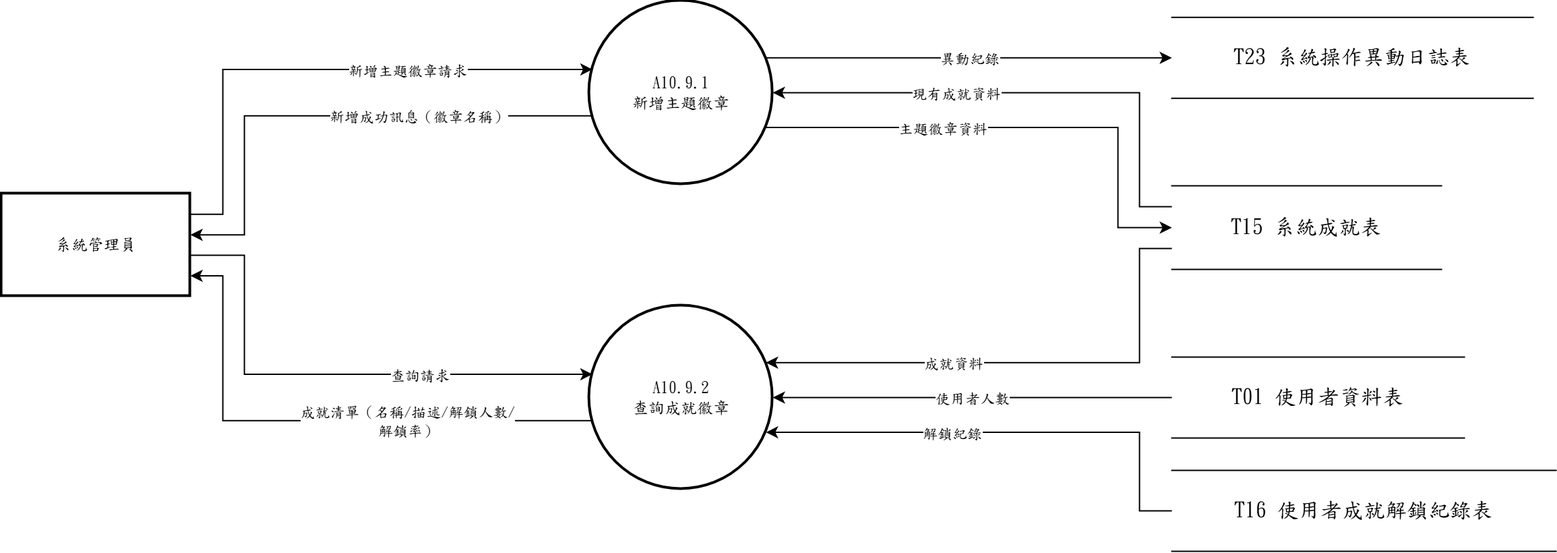
Above: 系統文件/第6章/DFD圖/圖10/新/圖10.9.drawio.png in s22452007/115502 (draw.io), before the change. Source tidied: cells renumbered, new cells last; positions are measured from the earlier drawing's top-left corner, leaving out a move shared by most shapes. The source it was exported from:
```xml
<mxGraphModel>
  <root>
    <mxCell id="0" />
    <mxCell id="1" parent="0" />
    <mxCell id="2" value="A10.9.1&lt;br&gt;新增主題徽章" style="ellipse;strokeWidth=2;whiteSpace=wrap;html=1;fontFamily=標楷體;" parent="1" vertex="1">
      <mxGeometry x="436" width="136" height="136" as="geometry" />
    </mxCell>
    <mxCell id="3" value="A10.9.2&lt;br&gt;查詢成就徽章" style="ellipse;strokeWidth=2;whiteSpace=wrap;html=1;fontFamily=標楷體;" parent="1" vertex="1">
      <mxGeometry x="436" y="226" width="136" height="136" as="geometry" />
    </mxCell>
    <mxCell id="4" value="系統管理員" style="whiteSpace=wrap;strokeWidth=2;html=1;fontFamily=標楷體;" parent="1" vertex="1">
      <mxGeometry y="143" width="140" height="76" as="geometry" />
    </mxCell>
    <mxCell id="5" value="&lt;span lang=&quot;EN-US&quot; style=&quot;font-size: 12pt;&quot;&gt;T23&amp;nbsp;&lt;/span&gt;&lt;span style=&quot;font-size: 12pt;&quot;&gt;系統操作異動日誌表&lt;/span&gt;" style="shape=partialRectangle;whiteSpace=wrap;html=1;left=0;right=0;fontFamily=標楷體;fontSize=16;" parent="1" vertex="1">
      <mxGeometry x="868" y="12.2" width="268" height="60" as="geometry" />
    </mxCell>
    <mxCell id="6" value="&lt;span lang=&quot;EN-US&quot; style=&quot;font-size: 12pt;&quot;&gt;T15&amp;nbsp;&lt;/span&gt;&lt;span style=&quot;font-size: 12pt;&quot;&gt;系統成就表&lt;/span&gt;" style="shape=partialRectangle;whiteSpace=wrap;html=1;left=0;right=0;fontFamily=標楷體;fontSize=16;" parent="1" vertex="1">
      <mxGeometry x="868" y="137.1" width="200" height="62" as="geometry" />
    </mxCell>
    <mxCell id="7" value="&lt;span lang=&quot;EN-US&quot; style=&quot;font-size: 12pt;&quot;&gt;T01&amp;nbsp;&lt;/span&gt;&lt;span style=&quot;font-size: 12pt;&quot;&gt;使用者資料表&lt;/span&gt;" style="shape=partialRectangle;whiteSpace=wrap;html=1;left=0;right=0;fontFamily=標楷體;fontSize=16;" parent="1" vertex="1">
      <mxGeometry x="868" y="264" width="217" height="60" as="geometry" />
    </mxCell>
    <mxCell id="8" value="&lt;span lang=&quot;EN-US&quot; style=&quot;font-size: 12pt;&quot;&gt;T16&amp;nbsp;&lt;/span&gt;&lt;span style=&quot;font-size: 12pt;&quot;&gt;使用者成就解鎖紀錄表&lt;/span&gt;" style="shape=partialRectangle;whiteSpace=wrap;html=1;left=0;right=0;fontFamily=標楷體;fontSize=16;" parent="1" vertex="1">
      <mxGeometry x="868" y="348" width="285" height="60" as="geometry" />
    </mxCell>
    <mxCell id="9" style="edgeStyle=none;rounded=0;html=1;fontFamily=標楷體;endArrow=classic;exitX=1.0000;exitY=0.2000;exitDx=0;exitDy=0;exitPerimeter=0;entryX=0.0163;entryY=0.3733;entryDx=0;entryDy=0;entryPerimeter=0;" parent="1" edge="1" source="4" target="2">
      <mxGeometry relative="1" as="geometry">
        <Array as="points">
          <mxPoint x="164" y="158.2" />
          <mxPoint x="164" y="50.8" />
        </Array>
      </mxGeometry>
    </mxCell>
    <mxCell id="10" value="新增主題徽章請求" style="edgeLabel;html=1;align=center;verticalAlign=middle;fontFamily=標楷體;" parent="9" vertex="1">
      <mxGeometry x="0.32" relative="1" as="geometry" />
    </mxCell>
    <mxCell id="11" style="edgeStyle=none;rounded=0;html=1;fontFamily=標楷體;endArrow=classic;exitX=0.0000;exitY=0.2500;exitDx=0;exitDy=0;exitPerimeter=0;entryX=1.0000;entryY=0.5000;entryDx=0;entryDy=0;entryPerimeter=0;" parent="1" edge="1" source="6" target="2">
      <mxGeometry relative="1" as="geometry">
        <Array as="points">
          <mxPoint x="844" y="152.6" />
          <mxPoint x="844" y="68" />
        </Array>
      </mxGeometry>
    </mxCell>
    <mxCell id="12" value="現有成就資料" style="edgeLabel;html=1;align=center;verticalAlign=middle;fontFamily=標楷體;" parent="11" vertex="1">
      <mxGeometry x="0.28" relative="1" as="geometry" />
    </mxCell>
    <mxCell id="13" style="edgeStyle=none;rounded=0;html=1;fontFamily=標楷體;endArrow=classic;exitX=0.0163;exitY=0.6267;exitDx=0;exitDy=0;exitPerimeter=0;entryX=1.0000;entryY=0.4000;entryDx=0;entryDy=0;entryPerimeter=0;" parent="1" edge="1" source="2" target="4">
      <mxGeometry relative="1" as="geometry">
        <Array as="points">
          <mxPoint x="180" y="85.2" />
          <mxPoint x="180" y="173.4" />
        </Array>
      </mxGeometry>
    </mxCell>
    <mxCell id="14" value="新增成功訊息（徽章名稱）" style="edgeLabel;html=1;align=center;verticalAlign=middle;fontFamily=標楷體;" parent="13" vertex="1">
      <mxGeometry x="-0.33" relative="1" as="geometry" />
    </mxCell>
    <mxCell id="15" style="edgeStyle=none;rounded=0;html=1;fontFamily=標楷體;endArrow=classic;exitX=0.9625;exitY=0.6900;exitDx=0;exitDy=0;exitPerimeter=0;entryX=0.0000;entryY=0.5000;entryDx=0;entryDy=0;entryPerimeter=0;" parent="1" edge="1" source="2" target="6">
      <mxGeometry relative="1" as="geometry">
        <Array as="points">
          <mxPoint x="828" y="93.8" />
          <mxPoint x="828" y="168.1" />
        </Array>
      </mxGeometry>
    </mxCell>
    <mxCell id="16" value="主題徽章資料" style="edgeLabel;html=1;align=center;verticalAlign=middle;fontFamily=標楷體;" parent="15" vertex="1">
      <mxGeometry x="-0.3" relative="1" as="geometry" />
    </mxCell>
    <mxCell id="17" style="edgeStyle=none;rounded=0;html=1;fontFamily=標楷體;endArrow=classic;exitX=0.9625;exitY=0.3100;exitDx=0;exitDy=0;exitPerimeter=0;entryX=0.0000;entryY=0.5000;entryDx=0;entryDy=0;entryPerimeter=0;" parent="1" edge="1" source="2" target="5">
      <mxGeometry relative="1" as="geometry" />
    </mxCell>
    <mxCell id="18" value="異動紀錄" style="edgeLabel;html=1;align=center;verticalAlign=middle;fontFamily=標楷體;" parent="17" vertex="1">
      <mxGeometry relative="1" as="geometry" />
    </mxCell>
    <mxCell id="19" style="edgeStyle=none;rounded=0;html=1;fontFamily=標楷體;endArrow=classic;exitX=1.0000;exitY=0.6000;exitDx=0;exitDy=0;exitPerimeter=0;entryX=0.0163;entryY=0.3733;entryDx=0;entryDy=0;entryPerimeter=0;" parent="1" edge="1" source="4" target="3">
      <mxGeometry relative="1" as="geometry">
        <Array as="points">
          <mxPoint x="180" y="188.6" />
          <mxPoint x="180" y="276.8" />
        </Array>
      </mxGeometry>
    </mxCell>
    <mxCell id="20" value="查詢請求" style="edgeLabel;html=1;align=center;verticalAlign=middle;fontFamily=標楷體;" parent="19" vertex="1">
      <mxGeometry x="0.33" relative="1" as="geometry" />
    </mxCell>
    <mxCell id="21" style="edgeStyle=none;rounded=0;html=1;fontFamily=標楷體;endArrow=classic;exitX=0.0000;exitY=0.7500;exitDx=0;exitDy=0;exitPerimeter=0;entryX=0.9625;entryY=0.3100;entryDx=0;entryDy=0;entryPerimeter=0;" parent="1" edge="1" source="6" target="3">
      <mxGeometry relative="1" as="geometry">
        <Array as="points">
          <mxPoint x="844" y="183.6" />
          <mxPoint x="844" y="268.2" />
        </Array>
      </mxGeometry>
    </mxCell>
    <mxCell id="22" value="成就資料" style="edgeLabel;html=1;align=center;verticalAlign=middle;fontFamily=標楷體;" parent="21" vertex="1">
      <mxGeometry x="0.28" relative="1" as="geometry" />
    </mxCell>
    <mxCell id="23" style="edgeStyle=none;rounded=0;html=1;fontFamily=標楷體;endArrow=classic;exitX=0.0000;exitY=0.5000;exitDx=0;exitDy=0;exitPerimeter=0;entryX=0.9625;entryY=0.6900;entryDx=0;entryDy=0;entryPerimeter=0;" parent="1" edge="1" source="8" target="3">
      <mxGeometry relative="1" as="geometry">
        <Array as="points">
          <mxPoint x="844" y="378" />
          <mxPoint x="844" y="319.8" />
        </Array>
      </mxGeometry>
    </mxCell>
    <mxCell id="24" value="解鎖紀錄" style="edgeLabel;html=1;align=center;verticalAlign=middle;fontFamily=標楷體;" parent="23" vertex="1">
      <mxGeometry x="0.23" relative="1" as="geometry" />
    </mxCell>
    <mxCell id="25" style="edgeStyle=none;rounded=0;html=1;fontFamily=標楷體;endArrow=classic;exitX=0.0000;exitY=0.5000;exitDx=0;exitDy=0;exitPerimeter=0;entryX=1.0000;entryY=0.5000;entryDx=0;entryDy=0;entryPerimeter=0;" parent="1" edge="1" source="7" target="3">
      <mxGeometry relative="1" as="geometry" />
    </mxCell>
    <mxCell id="26" value="使用者人數" style="edgeLabel;html=1;align=center;verticalAlign=middle;fontFamily=標楷體;" parent="25" vertex="1">
      <mxGeometry relative="1" as="geometry" />
    </mxCell>
    <mxCell id="27" style="edgeStyle=none;rounded=0;html=1;fontFamily=標楷體;endArrow=classic;exitX=0.0163;exitY=0.6267;exitDx=0;exitDy=0;exitPerimeter=0;entryX=1.0000;entryY=0.8000;entryDx=0;entryDy=0;entryPerimeter=0;" parent="1" edge="1" source="3" target="4">
      <mxGeometry relative="1" as="geometry">
        <Array as="points">
          <mxPoint x="164" y="311.2" />
          <mxPoint x="164" y="203.8" />
        </Array>
      </mxGeometry>
    </mxCell>
    <mxCell id="28" value="成就清單（名稱/描述/解鎖人數/&lt;br&gt;解鎖率）" style="edgeLabel;html=1;align=center;verticalAlign=middle;fontFamily=標楷體;" parent="27" vertex="1">
      <mxGeometry x="-0.32" relative="1" as="geometry" />
    </mxCell>
  </root>
</mxGraphModel>
```
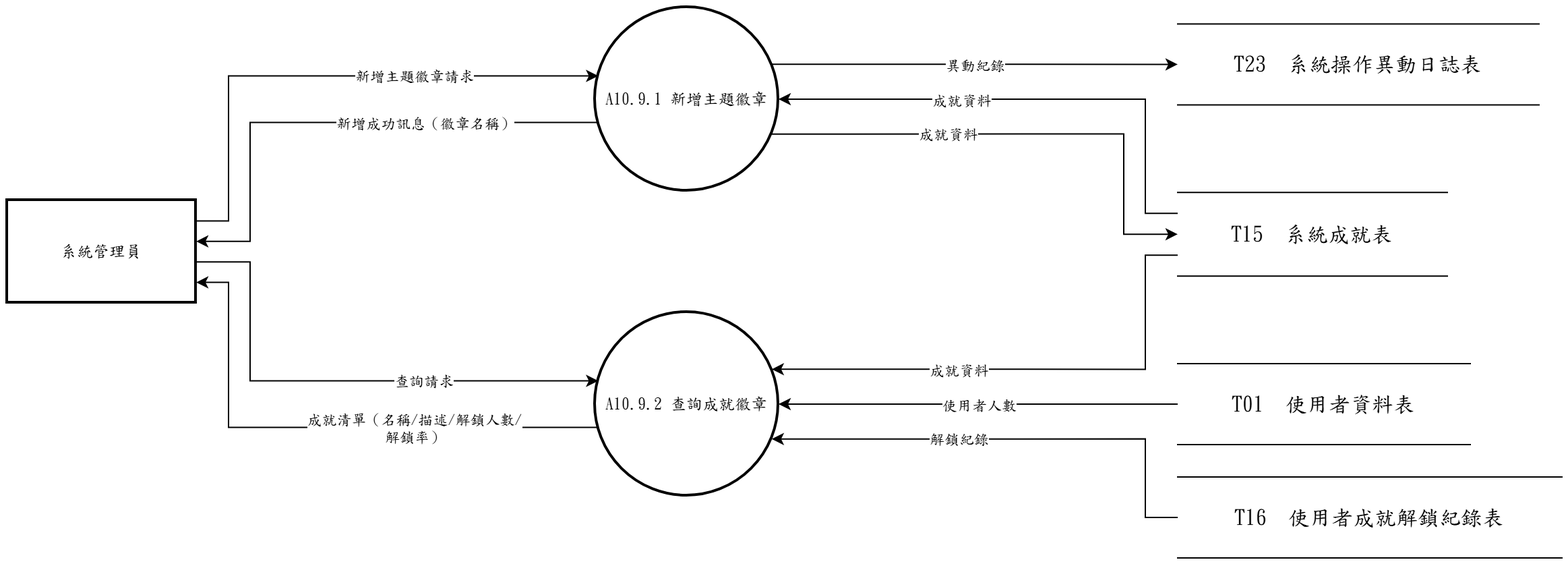
The same file after the commit.

Diff of the diagram source:
```diff
@@ -2,25 +2,25 @@
   <root>
     <mxCell id="0" />
     <mxCell id="1" parent="0" />
-    <mxCell id="2" value="A10.9.1&lt;br&gt;新增主題徽章" style="ellipse;strokeWidth=2;whiteSpace=wrap;html=1;fontFamily=標楷體;" parent="1" vertex="1">
+    <mxCell id="2" value="A10.9.1 新增主題徽章" style="ellipse;strokeWidth=2;whiteSpace=wrap;html=1;fontFamily=標楷體;" parent="1" vertex="1">
       <mxGeometry x="436" width="136" height="136" as="geometry" />
     </mxCell>
-    <mxCell id="3" value="A10.9.2&lt;br&gt;查詢成就徽章" style="ellipse;strokeWidth=2;whiteSpace=wrap;html=1;fontFamily=標楷體;" parent="1" vertex="1">
+    <mxCell id="3" value="A10.9.2 查詢成就徽章" style="ellipse;strokeWidth=2;whiteSpace=wrap;html=1;fontFamily=標楷體;" parent="1" vertex="1">
       <mxGeometry x="436" y="226" width="136" height="136" as="geometry" />
     </mxCell>
     <mxCell id="4" value="系統管理員" style="whiteSpace=wrap;strokeWidth=2;html=1;fontFamily=標楷體;" parent="1" vertex="1">
       <mxGeometry y="143" width="140" height="76" as="geometry" />
     </mxCell>
-    <mxCell id="5" value="&lt;span lang=&quot;EN-US&quot; style=&quot;font-size: 12pt;&quot;&gt;T23&amp;nbsp;&lt;/span&gt;&lt;span style=&quot;font-size: 12pt;&quot;&gt;系統操作異動日誌表&lt;/span&gt;" style="shape=partialRectangle;whiteSpace=wrap;html=1;left=0;right=0;fontFamily=標楷體;fontSize=16;" parent="1" vertex="1">
+    <mxCell id="5" value="T23  系統操作異動日誌表" style="shape=partialRectangle;whiteSpace=wrap;html=1;left=0;right=0;fontFamily=標楷體;fontSize=16;" parent="1" vertex="1">
       <mxGeometry x="868" y="12.2" width="268" height="60" as="geometry" />
     </mxCell>
-    <mxCell id="6" value="&lt;span lang=&quot;EN-US&quot; style=&quot;font-size: 12pt;&quot;&gt;T15&amp;nbsp;&lt;/span&gt;&lt;span style=&quot;font-size: 12pt;&quot;&gt;系統成就表&lt;/span&gt;" style="shape=partialRectangle;whiteSpace=wrap;html=1;left=0;right=0;fontFamily=標楷體;fontSize=16;" parent="1" vertex="1">
+    <mxCell id="6" value="T15  系統成就表" style="shape=partialRectangle;whiteSpace=wrap;html=1;left=0;right=0;fontFamily=標楷體;fontSize=16;" parent="1" vertex="1">
       <mxGeometry x="868" y="137.1" width="200" height="62" as="geometry" />
     </mxCell>
-    <mxCell id="7" value="&lt;span lang=&quot;EN-US&quot; style=&quot;font-size: 12pt;&quot;&gt;T01&amp;nbsp;&lt;/span&gt;&lt;span style=&quot;font-size: 12pt;&quot;&gt;使用者資料表&lt;/span&gt;" style="shape=partialRectangle;whiteSpace=wrap;html=1;left=0;right=0;fontFamily=標楷體;fontSize=16;" parent="1" vertex="1">
+    <mxCell id="7" value="T01  使用者資料表" style="shape=partialRectangle;whiteSpace=wrap;html=1;left=0;right=0;fontFamily=標楷體;fontSize=16;" parent="1" vertex="1">
       <mxGeometry x="868" y="264" width="217" height="60" as="geometry" />
     </mxCell>
-    <mxCell id="8" value="&lt;span lang=&quot;EN-US&quot; style=&quot;font-size: 12pt;&quot;&gt;T16&amp;nbsp;&lt;/span&gt;&lt;span style=&quot;font-size: 12pt;&quot;&gt;使用者成就解鎖紀錄表&lt;/span&gt;" style="shape=partialRectangle;whiteSpace=wrap;html=1;left=0;right=0;fontFamily=標楷體;fontSize=16;" parent="1" vertex="1">
+    <mxCell id="8" value="T16  使用者成就解鎖紀錄表" style="shape=partialRectangle;whiteSpace=wrap;html=1;left=0;right=0;fontFamily=標楷體;fontSize=16;" parent="1" vertex="1">
       <mxGeometry x="868" y="348" width="285" height="60" as="geometry" />
     </mxCell>
     <mxCell id="9" style="edgeStyle=none;rounded=0;html=1;fontFamily=標楷體;endArrow=classic;exitX=1.0000;exitY=0.2000;exitDx=0;exitDy=0;exitPerimeter=0;entryX=0.0163;entryY=0.3733;entryDx=0;entryDy=0;entryPerimeter=0;" parent="1" edge="1" source="4" target="2">
@@ -42,7 +42,7 @@
         </Array>
       </mxGeometry>
     </mxCell>
-    <mxCell id="12" value="現有成就資料" style="edgeLabel;html=1;align=center;verticalAlign=middle;fontFamily=標楷體;" parent="11" vertex="1">
+    <mxCell id="12" value="成就資料" style="edgeLabel;html=1;align=center;verticalAlign=middle;fontFamily=標楷體;" parent="11" vertex="1">
       <mxGeometry x="0.28" relative="1" as="geometry" />
     </mxCell>
     <mxCell id="13" style="edgeStyle=none;rounded=0;html=1;fontFamily=標楷體;endArrow=classic;exitX=0.0163;exitY=0.6267;exitDx=0;exitDy=0;exitPerimeter=0;entryX=1.0000;entryY=0.4000;entryDx=0;entryDy=0;entryPerimeter=0;" parent="1" edge="1" source="2" target="4">
@@ -64,7 +64,7 @@
         </Array>
       </mxGeometry>
     </mxCell>
-    <mxCell id="16" value="主題徽章資料" style="edgeLabel;html=1;align=center;verticalAlign=middle;fontFamily=標楷體;" parent="15" vertex="1">
+    <mxCell id="16" value="成就資料" style="edgeLabel;html=1;align=center;verticalAlign=middle;fontFamily=標楷體;" parent="15" vertex="1">
       <mxGeometry x="-0.3" relative="1" as="geometry" />
     </mxCell>
     <mxCell id="17" style="edgeStyle=none;rounded=0;html=1;fontFamily=標楷體;endArrow=classic;exitX=0.9625;exitY=0.3100;exitDx=0;exitDy=0;exitPerimeter=0;entryX=0.0000;entryY=0.5000;entryDx=0;entryDy=0;entryPerimeter=0;" parent="1" edge="1" source="2" target="5">
@@ -84,33 +84,33 @@
     <mxCell id="20" value="查詢請求" style="edgeLabel;html=1;align=center;verticalAlign=middle;fontFamily=標楷體;" parent="19" vertex="1">
       <mxGeometry x="0.33" relative="1" as="geometry" />
     </mxCell>
-    <mxCell id="21" style="edgeStyle=none;rounded=0;html=1;fontFamily=標楷體;endArrow=classic;exitX=0.0000;exitY=0.7500;exitDx=0;exitDy=0;exitPerimeter=0;entryX=0.9625;entryY=0.3100;entryDx=0;entryDy=0;entryPerimeter=0;" parent="1" edge="1" source="6" target="3">
-      <mxGeometry relative="1" as="geometry">
-        <Array as="points">
-          <mxPoint x="844" y="183.6" />
-          <mxPoint x="844" y="268.2" />
-        </Array>
-      </mxGeometry>
+    <mxCell id="21" style="edgeStyle=none;rounded=0;html=1;fontFamily=標楷體;endArrow=classic;exitX=0.0000;exitY=0.5000;exitDx=0;exitDy=0;exitPerimeter=0;entryX=1.0000;entryY=0.5000;entryDx=0;entryDy=0;entryPerimeter=0;" parent="1" edge="1" source="7" target="3">
+      <mxGeometry relative="1" as="geometry" />
     </mxCell>
-    <mxCell id="22" value="成就資料" style="edgeLabel;html=1;align=center;verticalAlign=middle;fontFamily=標楷體;" parent="21" vertex="1">
-      <mxGeometry x="0.28" relative="1" as="geometry" />
+    <mxCell id="22" value="使用者人數" style="edgeLabel;html=1;align=center;verticalAlign=middle;fontFamily=標楷體;" parent="21" vertex="1">
+      <mxGeometry relative="1" as="geometry" />
     </mxCell>
-    <mxCell id="23" style="edgeStyle=none;rounded=0;html=1;fontFamily=標楷體;endArrow=classic;exitX=0.0000;exitY=0.5000;exitDx=0;exitDy=0;exitPerimeter=0;entryX=0.9625;entryY=0.6900;entryDx=0;entryDy=0;entryPerimeter=0;" parent="1" edge="1" source="8" target="3">
+    <mxCell id="23" style="edgeStyle=none;rounded=0;html=1;fontFamily=標楷體;endArrow=classic;exitX=0.0000;exitY=0.7500;exitDx=0;exitDy=0;exitPerimeter=0;entryX=0.9625;entryY=0.3100;entryDx=0;entryDy=0;entryPerimeter=0;" parent="1" edge="1" source="6" target="3">
       <mxGeometry relative="1" as="geometry">
         <Array as="points">
-          <mxPoint x="844" y="378" />
-          <mxPoint x="844" y="319.8" />
+          <mxPoint x="844" y="183.6" />
+          <mxPoint x="844" y="268.2" />
         </Array>
       </mxGeometry>
     </mxCell>
-    <mxCell id="24" value="解鎖紀錄" style="edgeLabel;html=1;align=center;verticalAlign=middle;fontFamily=標楷體;" parent="23" vertex="1">
-      <mxGeometry x="0.23" relative="1" as="geometry" />
+    <mxCell id="24" value="成就資料" style="edgeLabel;html=1;align=center;verticalAlign=middle;fontFamily=標楷體;" parent="23" vertex="1">
+      <mxGeometry x="0.28" relative="1" as="geometry" />
     </mxCell>
-    <mxCell id="25" style="edgeStyle=none;rounded=0;html=1;fontFamily=標楷體;endArrow=classic;exitX=0.0000;exitY=0.5000;exitDx=0;exitDy=0;exitPerimeter=0;entryX=1.0000;entryY=0.5000;entryDx=0;entryDy=0;entryPerimeter=0;" parent="1" edge="1" source="7" target="3">
-      <mxGeometry relative="1" as="geometry" />
+    <mxCell id="25" style="edgeStyle=none;rounded=0;html=1;fontFamily=標楷體;endArrow=classic;exitX=0.0000;exitY=0.5000;exitDx=0;exitDy=0;exitPerimeter=0;entryX=0.9625;entryY=0.6900;entryDx=0;entryDy=0;entryPerimeter=0;" parent="1" edge="1" source="8" target="3">
+      <mxGeometry relative="1" as="geometry">
+        <Array as="points">
+          <mxPoint x="844" y="378" />
+          <mxPoint x="844" y="319.8" />
+        </Array>
+      </mxGeometry>
     </mxCell>
-    <mxCell id="26" value="使用者人數" style="edgeLabel;html=1;align=center;verticalAlign=middle;fontFamily=標楷體;" parent="25" vertex="1">
-      <mxGeometry relative="1" as="geometry" />
+    <mxCell id="26" value="解鎖紀錄" style="edgeLabel;html=1;align=center;verticalAlign=middle;fontFamily=標楷體;" parent="25" vertex="1">
+      <mxGeometry x="0.23" relative="1" as="geometry" />
     </mxCell>
     <mxCell id="27" style="edgeStyle=none;rounded=0;html=1;fontFamily=標楷體;endArrow=classic;exitX=0.0163;exitY=0.6267;exitDx=0;exitDy=0;exitPerimeter=0;entryX=1.0000;entryY=0.8000;entryDx=0;entryDy=0;entryPerimeter=0;" parent="1" edge="1" source="3" target="4">
       <mxGeometry relative="1" as="geometry">
```
